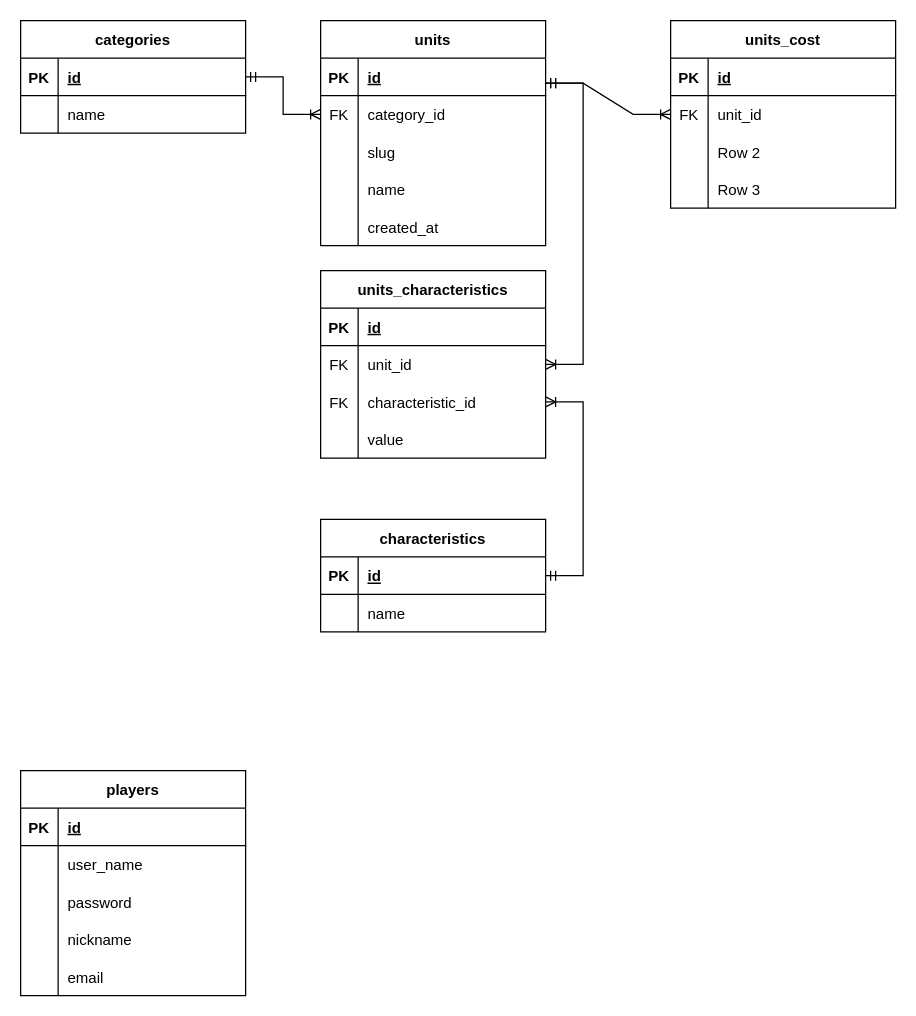
This is diagrams/er.drawio from bubeha/war-tower, a draw.io file, before an edit. Source tidied: cells renumbered, new cells numbered last; positions are measured from the earlier drawing's top-left corner, leaving out a move shared by most shapes. Both pictures are drawn from the tidied source at 125%, with x=0, y=0 at pixel (20, 20).
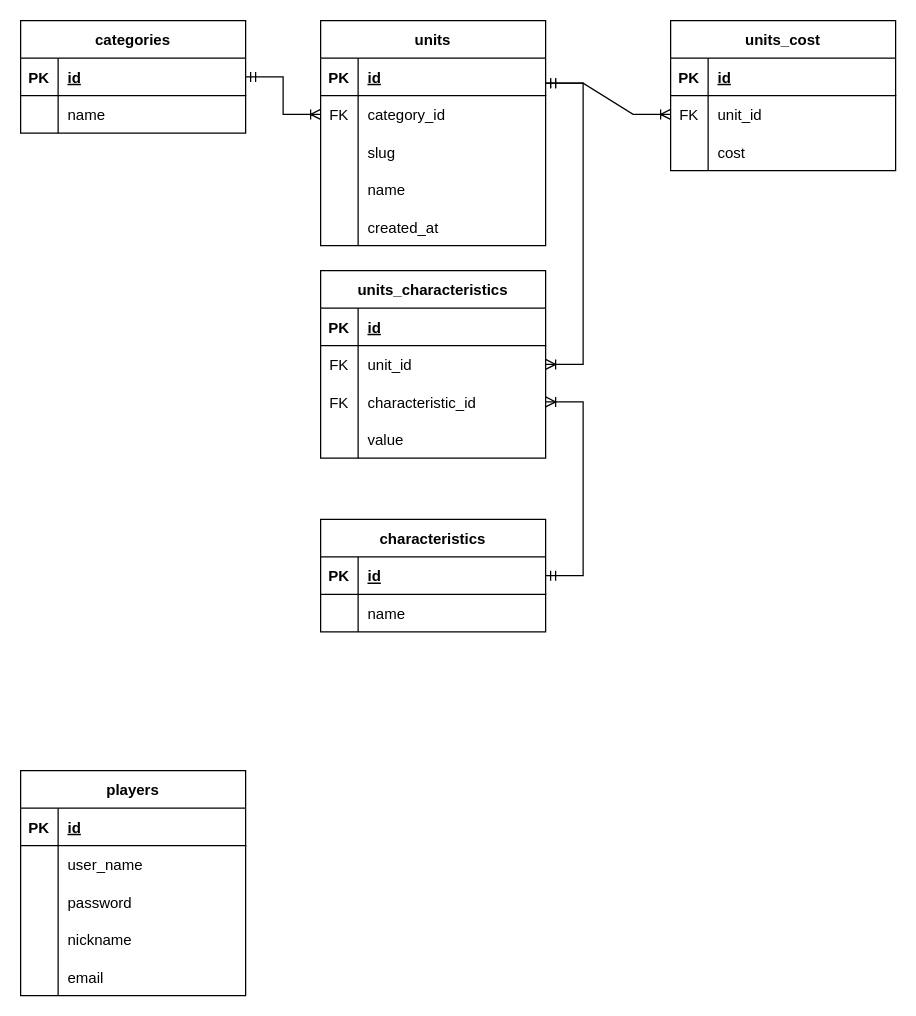
After the change.

Unchanged cells that the change refers to:
```xml
<mxCell id="48" style="shape=tableRow;horizontal=0;startSize=0;swimlaneHead=0;swimlaneBody=0;fillColor=none;top=0;left=0;right=0;bottom=0;" parent="41" vertex="1">
  <mxGeometry y="90" width="180" height="30" as="geometry" />
</mxCell>
```

Change to the diagram source:
```diff
@@
     <mxCell id="41" value="units_cost" style="shape=table;startSize=30;childLayout=tableLayout;rowLines=0;fontStyle=1;align=center;" parent="1" vertex="1">
-      <mxGeometry x="520" width="180" height="150" as="geometry" />
+      <mxGeometry x="520" width="180" height="120" as="geometry" />
     </mxCell>
@@
-    <mxCell id="50" value="Row 2" style="shape=partialRectangle;fillColor=none;top=0;left=0;bottom=0;right=0;align=left;spacingLeft=6;overflow=hidden;" parent="48" vertex="1">
+    <mxCell id="50" value="cost" style="shape=partialRectangle;fillColor=none;top=0;left=0;bottom=0;right=0;align=left;spacingLeft=6;overflow=hidden;" parent="48" vertex="1">
       <mxGeometry x="30" width="150" height="30" as="geometry" />
     </mxCell>
-    <mxCell id="51" style="shape=tableRow;horizontal=0;startSize=0;swimlaneHead=0;swimlaneBody=0;fillColor=none;top=0;left=0;right=0;bottom=0;" parent="41" vertex="1">
-      <mxGeometry y="120" width="180" height="30" as="geometry" />
-    </mxCell>
-    <mxCell id="52" style="shape=partialRectangle;fillColor=none;top=0;left=0;bottom=0;right=0;overflow=hidden;" parent="51" vertex="1">
-      <mxGeometry width="30" height="30" as="geometry" />
-    </mxCell>
-    <mxCell id="53" value="Row 3" style="shape=partialRectangle;fillColor=none;top=0;left=0;bottom=0;right=0;align=left;spacingLeft=6;overflow=hidden;" parent="51" vertex="1">
-      <mxGeometry x="30" width="150" height="30" as="geometry" />
-    </mxCell>
```
